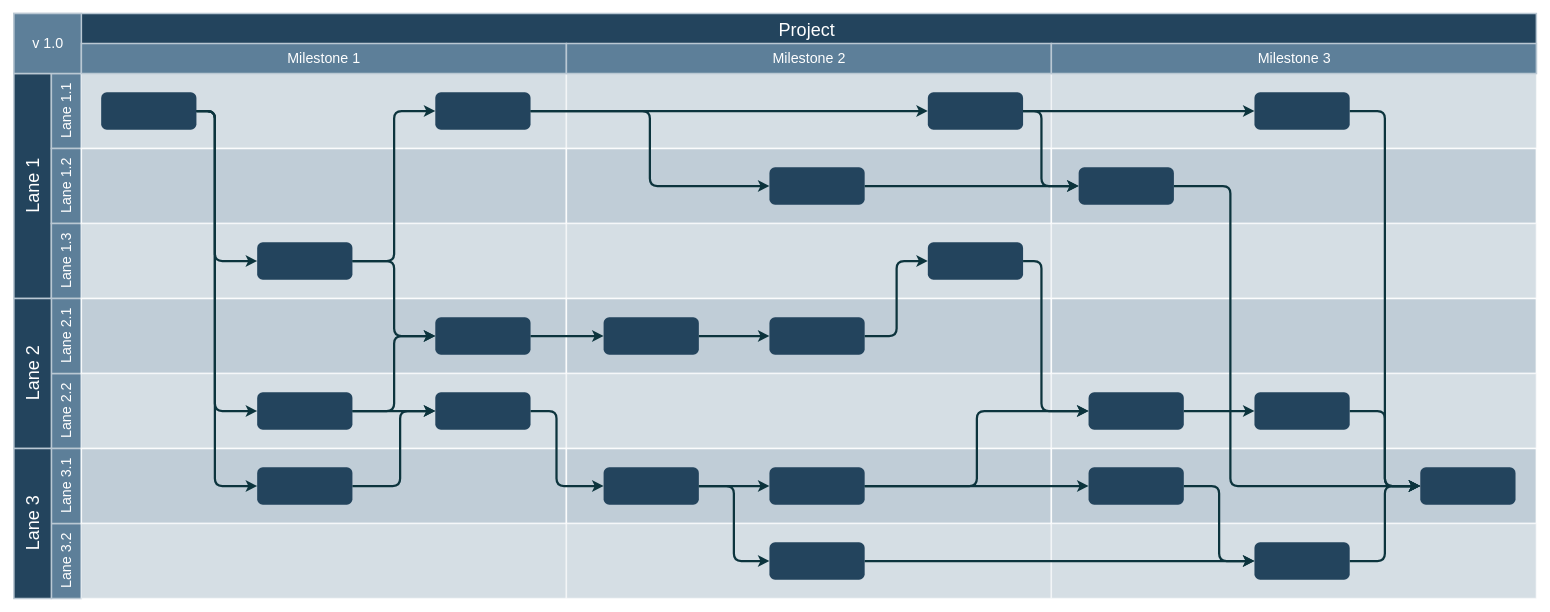
pro-banic/draw.io keeps this draw.io diagram as Untitled Diagram.drawio. Above is the earlier version. Source tidied: cells renumbered, new cells numbered last; positions are measured from the earlier drawing's top-left corner, leaving out a move shared by most shapes. Both pictures are drawn from the tidied source at 75%, with x=0, y=0 at pixel (14, 13).
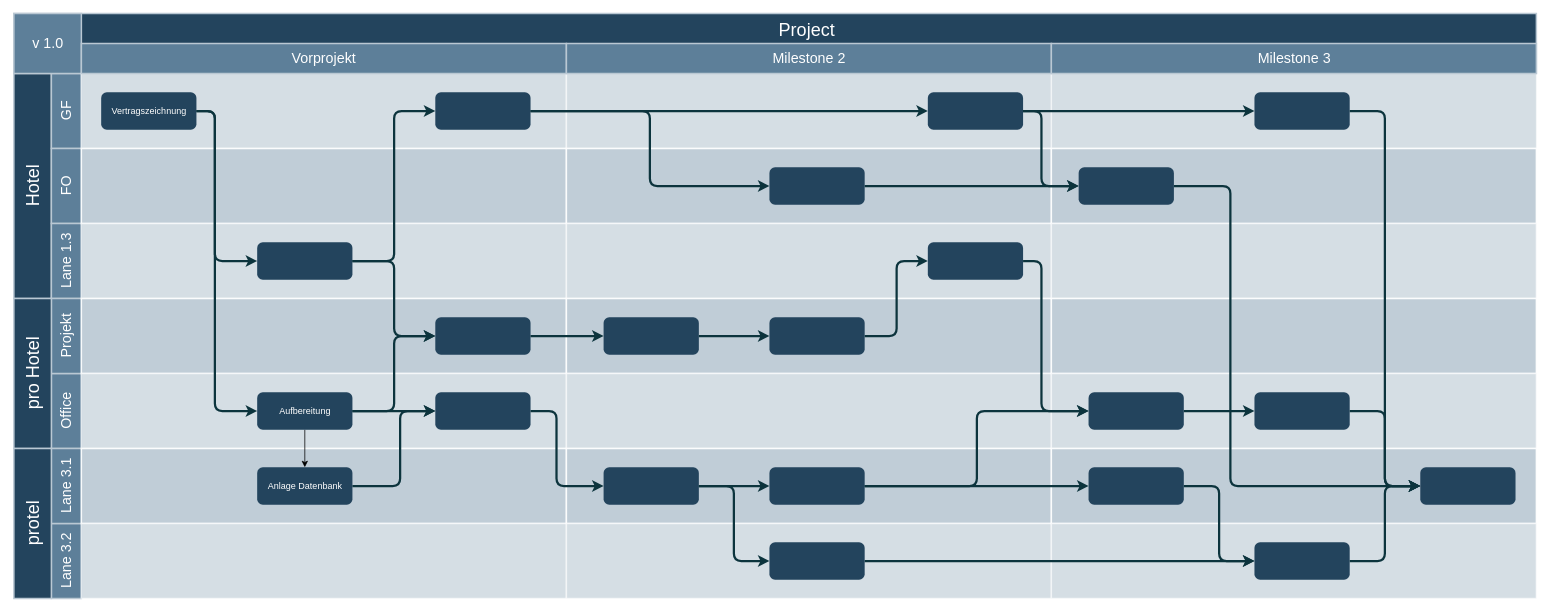
Above is the later version.

The change refers to these unchanged cells:
```xml
<mxCell id="86" style="group;" parent="1" vertex="1">
  <mxGeometry x="90" y="40.5" width="646.7" height="40" as="geometry" />
</mxCell>
```

What changed in the source:
```diff
@@
-    <mxCell id="3" value="Lane 1" style="strokeColor=#BAC8D3;fillColor=#23445D;fontSize=24;strokeWidth=2;horizontal=0;fontFamily=Helvetica;html=1;fontColor=#FFFFFF;fontStyle=0;" parent="1" vertex="1">
+    <mxCell id="3" value="Hotel" style="strokeColor=#BAC8D3;fillColor=#23445D;fontSize=24;strokeWidth=2;horizontal=0;fontFamily=Helvetica;html=1;fontColor=#FFFFFF;fontStyle=0;" parent="1" vertex="1">
       <mxGeometry y="80.5" width="50" height="300" as="geometry" />
     </mxCell>
-    <mxCell id="4" value="Lane 1.1" style="strokeColor=#BAC8D3;fillColor=#5d7f99;fontSize=19;strokeWidth=2;horizontal=0;fontFamily=Helvetica;html=1;labelBackgroundColor=none;fontColor=#FFFFFF;" parent="1" vertex="1">
+    <mxCell id="4" value="GF" style="strokeColor=#BAC8D3;fillColor=#5d7f99;fontSize=19;strokeWidth=2;horizontal=0;fontFamily=Helvetica;html=1;labelBackgroundColor=none;fontColor=#FFFFFF;" parent="1" vertex="1">
       <mxGeometry x="50" y="80.5" width="40" height="100" as="geometry" />
     </mxCell>
@@
-    <mxCell id="6" value="Lane 1.2" style="strokeColor=#BAC8D3;fillColor=#5d7f99;fontSize=19;strokeWidth=2;horizontal=0;fontFamily=Helvetica;html=1;labelBackgroundColor=none;fontColor=#FFFFFF;" parent="1" vertex="1">
+    <mxCell id="6" value="FO" style="strokeColor=#BAC8D3;fillColor=#5d7f99;fontSize=19;strokeWidth=2;horizontal=0;fontFamily=Helvetica;html=1;labelBackgroundColor=none;fontColor=#FFFFFF;" parent="1" vertex="1">
       <mxGeometry x="50" y="180.5" width="40" height="100" as="geometry" />
     </mxCell>
@@
-    <mxCell id="8" value="Lane 2.2" style="strokeColor=#BAC8D3;fillColor=#5d7f99;fontSize=19;strokeWidth=2;horizontal=0;fontFamily=Helvetica;html=1;labelBackgroundColor=none;fontColor=#FFFFFF;" parent="1" vertex="1">
+    <mxCell id="8" value="Office" style="strokeColor=#BAC8D3;fillColor=#5d7f99;fontSize=19;strokeWidth=2;horizontal=0;fontFamily=Helvetica;html=1;labelBackgroundColor=none;fontColor=#FFFFFF;" parent="1" vertex="1">
       <mxGeometry x="50" y="480.5" width="40" height="100" as="geometry" />
     </mxCell>
-    <mxCell id="9" value="Lane 2.1" style="strokeColor=#BAC8D3;fillColor=#5d7f99;fontSize=19;strokeWidth=2;horizontal=0;fontFamily=Helvetica;html=1;labelBackgroundColor=none;fontColor=#FFFFFF;" parent="1" vertex="1">
+    <mxCell id="9" value="Projekt" style="strokeColor=#BAC8D3;fillColor=#5d7f99;fontSize=19;strokeWidth=2;horizontal=0;fontFamily=Helvetica;html=1;labelBackgroundColor=none;fontColor=#FFFFFF;" parent="1" vertex="1">
       <mxGeometry x="50" y="380.5" width="40" height="100" as="geometry" />
     </mxCell>
-    <mxCell id="10" value="Lane 2" style="strokeColor=#BAC8D3;fillColor=#23445D;fontSize=24;strokeWidth=2;horizontal=0;fontFamily=Helvetica;html=1;fontColor=#FFFFFF;fontStyle=0;" parent="1" vertex="1">
+    <mxCell id="10" value="pro Hotel" style="strokeColor=#BAC8D3;fillColor=#23445D;fontSize=24;strokeWidth=2;horizontal=0;fontFamily=Helvetica;html=1;fontColor=#FFFFFF;fontStyle=0;" parent="1" vertex="1">
       <mxGeometry y="380.5" width="50" height="200" as="geometry" />
     </mxCell>
@@
-    <mxCell id="13" value="Lane 3" style="strokeColor=#BAC8D3;fillColor=#23445D;fontSize=24;strokeWidth=2;horizontal=0;fontFamily=Helvetica;html=1;fontColor=#FFFFFF;fontStyle=0;" parent="1" vertex="1">
+    <mxCell id="13" value="protel" style="strokeColor=#BAC8D3;fillColor=#23445D;fontSize=24;strokeWidth=2;horizontal=0;fontFamily=Helvetica;html=1;fontColor=#FFFFFF;fontStyle=0;" parent="1" vertex="1">
       <mxGeometry y="580.5" width="50" height="200" as="geometry" />
     </mxCell>
@@
-    <mxCell id="36" style="rounded=1;fillColor=#23445D;strokeColor=none;strokeWidth=2;fontFamily=Helvetica;html=1;gradientColor=none;" parent="1" vertex="1">
+    <mxCell id="36" value="Vertragszeichnung" style="rounded=1;fillColor=#23445D;strokeColor=none;strokeWidth=2;fontFamily=Helvetica;html=1;gradientColor=none;fontColor=#FFFFFF;" parent="1" vertex="1">
       <mxGeometry x="116.4" y="105.5" width="127" height="50" as="geometry" />
     </mxCell>
@@
-    <mxCell id="41" style="rounded=1;fillColor=#23445D;strokeColor=none;strokeWidth=2;fontFamily=Helvetica;html=1;gradientColor=none;" parent="1" vertex="1">
+    <mxCell id="41" value="Anlage Datenbank" style="rounded=1;fillColor=#23445D;strokeColor=none;strokeWidth=2;fontFamily=Helvetica;html=1;gradientColor=none;fontColor=#FFFFFF;" parent="1" vertex="1">
       <mxGeometry x="324.4" y="605.5" width="127" height="50" as="geometry" />
     </mxCell>
+    <mxCell id="90" style="edgeStyle=orthogonalEdgeStyle;rounded=0;jettySize=auto;html=1;fontColor=#FFFFFF;" parent="1" edge="1" source="42" target="41">
+      <mxGeometry relative="1" as="geometry" />
+    </mxCell>
-    <mxCell id="42" style="rounded=1;fillColor=#23445D;strokeColor=none;strokeWidth=2;fontFamily=Helvetica;html=1;gradientColor=none;" parent="1" vertex="1">
+    <mxCell id="42" value="Aufbereitung" style="rounded=1;fillColor=#23445D;strokeColor=none;strokeWidth=2;fontFamily=Helvetica;html=1;gradientColor=none;fontColor=#FFFFFF;" parent="1" vertex="1">
       <mxGeometry x="324.4" y="505.5" width="127" height="50" as="geometry" />
     </mxCell>
@@
-    <mxCell id="59" style="edgeStyle=elbowEdgeStyle;elbow=horizontal;strokeWidth=3;strokeColor=#0C343D;fontFamily=Helvetica;html=1;" parent="1" edge="1" source="36" target="41">
-      <mxGeometry x="6.4" y="830.5" as="geometry">
-        <Array as="points">
-          <mxPoint x="268" y="252.5" />
-        </Array>
-      </mxGeometry>
-    </mxCell>
@@
-    <mxCell id="87" value="Milestone 1" style="strokeColor=#BAC8D3;fillColor=#5d7f99;fontSize=19;strokeWidth=2;fontFamily=Helvetica;html=1;labelBackgroundColor=none;fontColor=#FFFFFF;" parent="86" vertex="1">
+    <mxCell id="87" value="Vorprojekt" style="strokeColor=#BAC8D3;fillColor=#5d7f99;fontSize=19;strokeWidth=2;fontFamily=Helvetica;html=1;labelBackgroundColor=none;fontColor=#FFFFFF;" parent="86" vertex="1">
       <mxGeometry width="646.7" height="40" as="geometry" />
     </mxCell>
```
